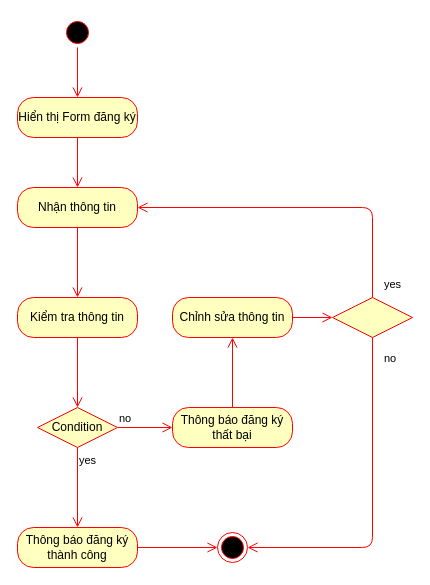
The draw.io diagram DA_II/drawio/activity/register_doan.drawio in toroieno/HUST, before the edit. Source tidied: cells renumbered, new cells numbered last; positions are measured from the earlier drawing's top-left corner, leaving out a move shared by most shapes. Both pictures are drawn from the tidied source at 100%, with x=0, y=0 at pixel (17, 17).
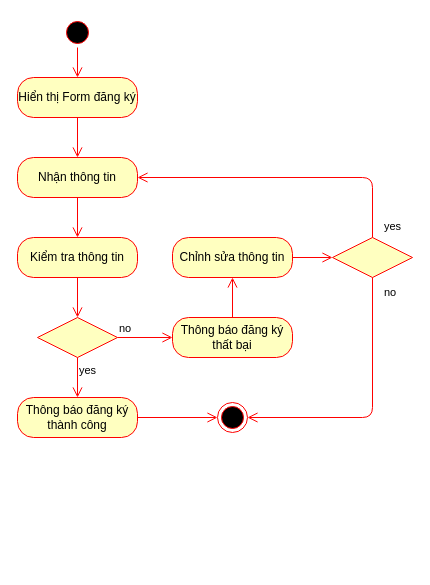
Above is the later version.

Change to the diagram source:
```diff
@@
     <mxCell id="4" value="Hiển thị Form đăng ký" style="rounded=1;whiteSpace=wrap;html=1;arcSize=40;fontColor=#000000;fillColor=#ffffc0;strokeColor=#ff0000;" parent="1" vertex="1">
-      <mxGeometry y="80" width="120" height="40" as="geometry" />
+      <mxGeometry y="60" width="120" height="40" as="geometry" />
     </mxCell>
@@
-    <mxCell id="6" value="Condition" style="rhombus;whiteSpace=wrap;html=1;fillColor=#ffffc0;strokeColor=#ff0000;" parent="1" vertex="1">
-      <mxGeometry x="20" y="390" width="80" height="40" as="geometry" />
+    <mxCell id="6" style="rhombus;whiteSpace=wrap;html=1;fillColor=#ffffc0;strokeColor=#ff0000;" parent="1" vertex="1">
+      <mxGeometry x="20" y="300" width="80" height="40" as="geometry" />
     </mxCell>
@@
     <mxCell id="9" style="ellipse;html=1;shape=endState;fillColor=#000000;strokeColor=#ff0000;" parent="1" vertex="1">
-      <mxGeometry x="200" y="515" width="30" height="30" as="geometry" />
+      <mxGeometry x="200" y="385" width="30" height="30" as="geometry" />
     </mxCell>
     <mxCell id="10" value="Nhận thông tin" style="rounded=1;whiteSpace=wrap;html=1;arcSize=40;fontColor=#000000;fillColor=#ffffc0;strokeColor=#ff0000;" parent="1" vertex="1">
-      <mxGeometry y="170" width="120" height="40" as="geometry" />
+      <mxGeometry y="140" width="120" height="40" as="geometry" />
     </mxCell>
@@
     <mxCell id="12" value="Kiểm tra thông tin" style="rounded=1;whiteSpace=wrap;html=1;arcSize=40;fontColor=#000000;fillColor=#ffffc0;strokeColor=#ff0000;" parent="1" vertex="1">
-      <mxGeometry y="280" width="120" height="40" as="geometry" />
+      <mxGeometry y="220" width="120" height="40" as="geometry" />
     </mxCell>
@@
     <mxCell id="14" value="Thông báo đăng ký thành công" style="rounded=1;whiteSpace=wrap;html=1;arcSize=40;fontColor=#000000;fillColor=#ffffc0;strokeColor=#ff0000;" parent="1" vertex="1">
-      <mxGeometry y="510" width="120" height="40" as="geometry" />
+      <mxGeometry y="380" width="120" height="40" as="geometry" />
     </mxCell>
@@
     <mxCell id="16" value="Thông báo đăng ký thất bại" style="rounded=1;whiteSpace=wrap;html=1;arcSize=40;fontColor=#000000;fillColor=#ffffc0;strokeColor=#ff0000;" parent="1" vertex="1">
-      <mxGeometry x="155" y="390" width="120" height="40" as="geometry" />
+      <mxGeometry x="155" y="300" width="120" height="40" as="geometry" />
     </mxCell>
@@
     <mxCell id="18" style="rhombus;whiteSpace=wrap;html=1;fillColor=#ffffc0;strokeColor=#ff0000;" parent="1" vertex="1">
-      <mxGeometry x="315" y="280" width="80" height="40" as="geometry" />
+      <mxGeometry x="315" y="220" width="80" height="40" as="geometry" />
     </mxCell>
     <mxCell id="19" value="no" style="edgeStyle=orthogonalEdgeStyle;html=1;align=left;verticalAlign=bottom;endArrow=open;endSize=8;strokeColor=#ff0000;entryX=1;entryY=0.5;entryDx=0;entryDy=0;" parent="1" edge="1" source="18" target="9">
       <mxGeometry x="-0.82" y="10" relative="1" as="geometry">
         <Array as="points">
-          <mxPoint x="355" y="530" />
+          <mxPoint x="355" y="400" />
         </Array>
       </mxGeometry>
     </mxCell>
     <mxCell id="20" value="yes" style="edgeStyle=orthogonalEdgeStyle;html=1;align=left;verticalAlign=top;endArrow=open;endSize=8;strokeColor=#ff0000;entryX=1;entryY=0.5;entryDx=0;entryDy=0;exitX=0.5;exitY=0;exitDx=0;exitDy=0;" parent="1" edge="1" source="18" target="10">
       <mxGeometry x="-0.84" y="-10" relative="1" as="geometry">
         <Array as="points">
-          <mxPoint x="355" y="190" />
+          <mxPoint x="355" y="160" />
         </Array>
       </mxGeometry>
     </mxCell>
     <mxCell id="21" value="Chỉnh sửa thông tin" style="rounded=1;whiteSpace=wrap;html=1;arcSize=40;fontColor=#000000;fillColor=#ffffc0;strokeColor=#ff0000;" parent="1" vertex="1">
-      <mxGeometry x="155" y="280" width="120" height="40" as="geometry" />
+      <mxGeometry x="155" y="220" width="120" height="40" as="geometry" />
     </mxCell>
```
